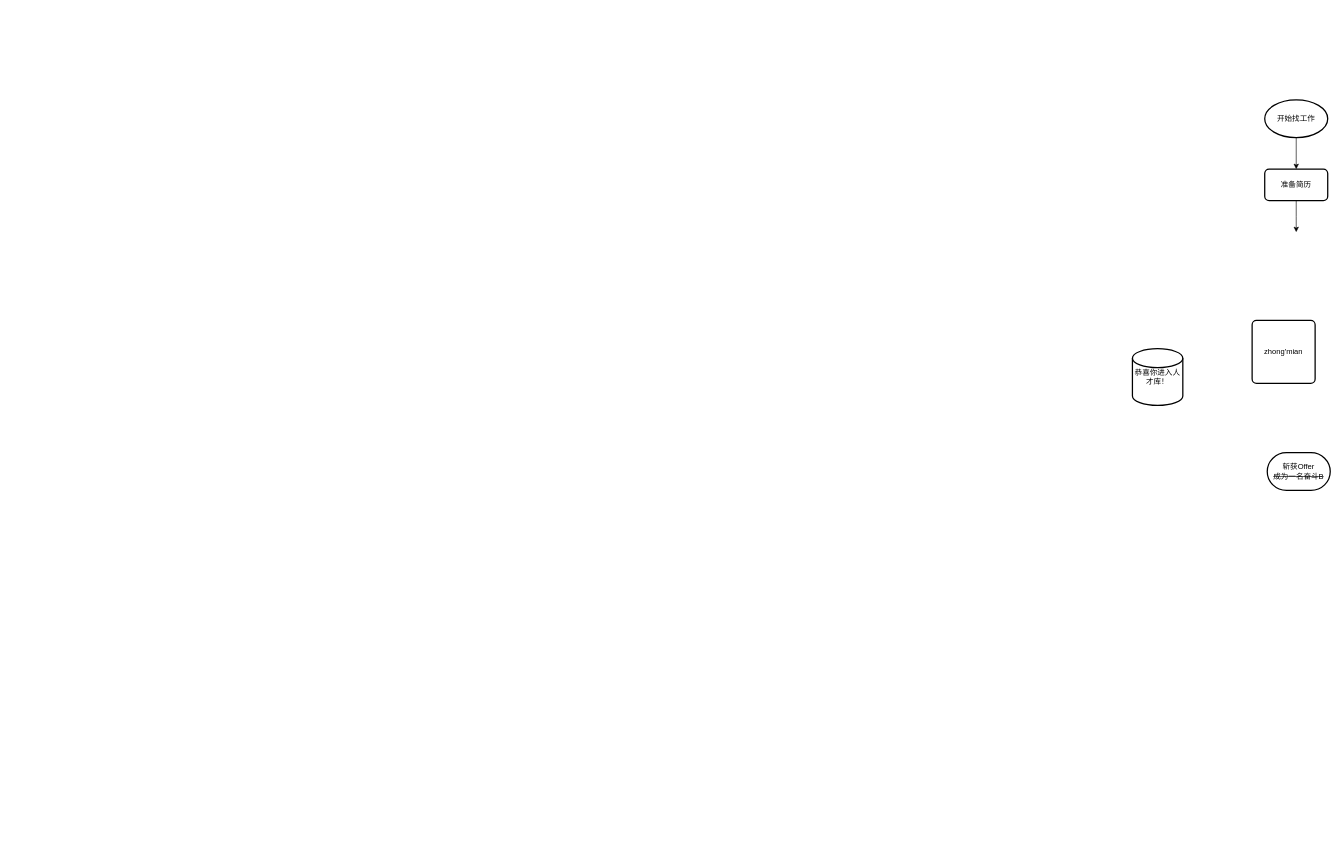
Above: Untitled Diagram.drawio in Ryuuko/drawIo (draw.io), before the change. Source tidied: cells renumbered, new cells numbered last; positions are measured from the earlier drawing's top-left corner, leaving out a move shared by most shapes. Both pictures are drawn from the tidied source at 63%, with x=0, y=0 at pixel (1132, 100).
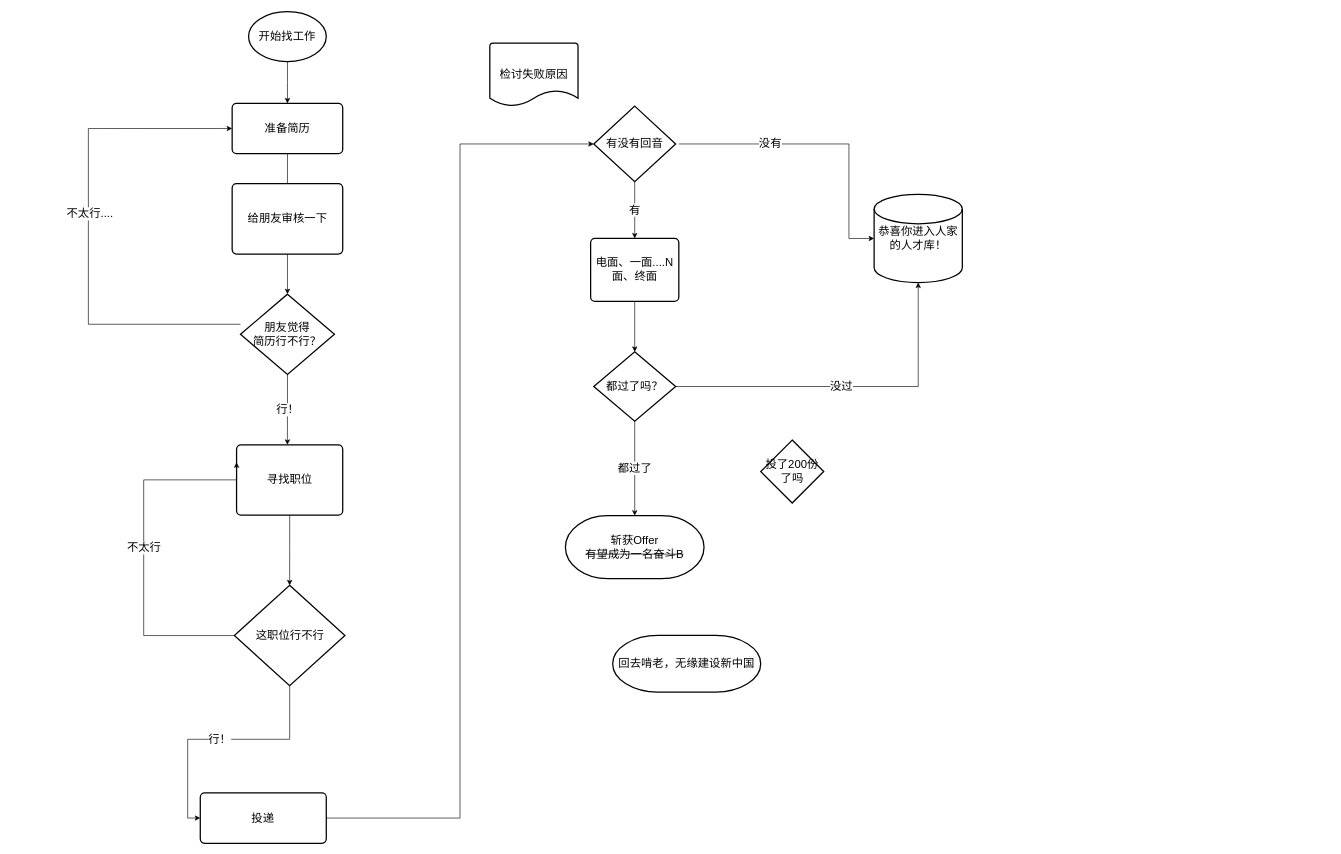
The same diagram, later.

The edit, as a diff of the source:
```diff
@@
-    <mxCell id="2" style="edgeStyle=orthogonalEdgeStyle;rounded=0;jettySize=auto;html=1;entryX=0.5;entryY=0;entryDx=0;entryDy=0;" parent="1" edge="1" source="3" target="5">
-      <mxGeometry relative="1" as="geometry" />
-    </mxCell>
+    <mxCell id="7" value="斩获Offer&lt;br style=&quot;font-size: 18px&quot;&gt;&lt;strike style=&quot;font-size: 18px&quot;&gt;有望成为一名奋斗B&lt;/strike&gt;" style="strokeWidth=2;html=1;shape=mxgraph.flowchart.terminator;whiteSpace=wrap;fontSize=18;" parent="1" vertex="1">
+      <mxGeometry x="-900" y="660" width="220" height="100" as="geometry" />
+    </mxCell>
+    <mxCell id="6" value="恭喜你进入人家的人才库！" style="strokeWidth=2;html=1;shape=mxgraph.flowchart.database;whiteSpace=wrap;fontSize=18;" parent="1" vertex="1">
+      <mxGeometry x="-410" y="150" width="140" height="140" as="geometry" />
+    </mxCell>
-    <mxCell id="3" value="开始找工作" style="strokeWidth=2;html=1;shape=mxgraph.flowchart.start_1;whiteSpace=wrap;" parent="1" vertex="1">
-      <mxGeometry x="210" width="100" height="60" as="geometry" />
+    <mxCell id="3" value="开始找工作" style="strokeWidth=2;html=1;shape=mxgraph.flowchart.start_1;whiteSpace=wrap;fontSize=18;" parent="1" vertex="1">
+      <mxGeometry x="-1402.9" y="-140" width="123.3" height="79.2" as="geometry" />
     </mxCell>
+    <mxCell id="9" style="group;" parent="1" vertex="1">
+      <mxGeometry x="-1780" y="5.6" width="530" height="924.4" as="geometry" />
+    </mxCell>
-    <mxCell id="4" style="edgeStyle=orthogonalEdgeStyle;rounded=0;jettySize=auto;html=1;entryX=0.5;entryY=0;entryDx=0;entryDy=0;entryPerimeter=0;" parent="1" edge="1" source="5">
+    <mxCell id="4" style="edgeStyle=orthogonalEdgeStyle;rounded=0;jettySize=auto;html=1;entryX=0.5;entryY=0;entryDx=0;entryDy=0;entryPerimeter=0;" parent="9" edge="1" source="5">
       <mxGeometry relative="1" as="geometry">
-        <mxPoint x="260" y="210" as="targetPoint" />
+        <mxPoint x="438.7" y="207.2" as="targetPoint" />
       </mxGeometry>
     </mxCell>
-    <mxCell id="5" value="准备简历" style="rounded=1;whiteSpace=wrap;html=1;absoluteArcSize=1;arcSize=14;strokeWidth=2;" parent="1" vertex="1">
-      <mxGeometry x="210" y="110" width="100" height="50" as="geometry" />
+    <mxCell id="5" value="准备简历" style="rounded=1;whiteSpace=wrap;html=1;absoluteArcSize=1;arcSize=14;strokeWidth=2;fontSize=18;" parent="9" vertex="1">
+      <mxGeometry x="351" width="175.5" height="79.7" as="geometry" />
     </mxCell>
-    <mxCell id="6" value="恭喜你进入人才库！" style="strokeWidth=2;html=1;shape=mxgraph.flowchart.database;whiteSpace=wrap;" parent="1" vertex="1">
-      <mxGeometry y="395" width="80" height="90" as="geometry" />
-    </mxCell>
-    <mxCell id="7" value="斩获Offer&lt;br&gt;&lt;strike&gt;成为一名奋斗B&lt;/strike&gt;" style="strokeWidth=2;html=1;shape=mxgraph.flowchart.terminator;whiteSpace=wrap;" parent="1" vertex="1">
-      <mxGeometry x="214" y="560" width="100" height="60" as="geometry" />
-    </mxCell>
-    <mxCell id="8" value="zhong'mian" style="rounded=1;whiteSpace=wrap;html=1;absoluteArcSize=1;arcSize=14;strokeWidth=2;" parent="1" vertex="1">
-      <mxGeometry x="190" y="350" width="100" height="100" as="geometry" />
+    <mxCell id="8" value="给朋友审核一下" style="rounded=1;whiteSpace=wrap;html=1;absoluteArcSize=1;arcSize=14;strokeWidth=2;fontSize=18;" parent="9" vertex="1">
+      <mxGeometry x="351" y="127.5" width="175.5" height="111.6" as="geometry" />
     </mxCell>
+    <mxCell id="10" style="edgeStyle=orthogonalEdgeStyle;rounded=0;jettySize=auto;html=1;entryX=0;entryY=0.5;entryDx=0;entryDy=0;" parent="9" edge="1" source="13" target="5">
+      <mxGeometry relative="1" as="geometry">
+        <Array as="points">
+          <mxPoint x="122.8" y="350.6" />
+          <mxPoint x="122.8" y="39.8" />
+        </Array>
+      </mxGeometry>
+    </mxCell>
+    <mxCell id="11" value="不太行...." style="edgeLabel;html=1;align=center;verticalAlign=middle;fontSize=18;" parent="10" vertex="1">
+      <mxGeometry x="0.07" y="-1" relative="1" as="geometry">
+        <mxPoint x="1" as="offset" />
+      </mxGeometry>
+    </mxCell>
+    <mxCell id="12" value="行！" style="edgeStyle=orthogonalEdgeStyle;rounded=0;jettySize=auto;html=1;exitX=0.5;exitY=1;exitDx=0;exitDy=0;exitPerimeter=0;fontSize=18;" parent="9" edge="1" source="13">
+      <mxGeometry relative="1" as="geometry">
+        <mxPoint x="438.7" y="541.9" as="targetPoint" />
+      </mxGeometry>
+    </mxCell>
+    <mxCell id="13" value="朋友觉得&lt;br&gt;简历行不行？" style="strokeWidth=2;html=1;shape=mxgraph.flowchart.decision;whiteSpace=wrap;fontSize=18;" parent="9" vertex="1">
+      <mxGeometry x="364.2" y="302.8" width="149.2" height="127.5" as="geometry" />
+    </mxCell>
+    <mxCell id="14" style="edgeStyle=orthogonalEdgeStyle;rounded=0;jettySize=auto;html=1;entryX=0.5;entryY=0;entryDx=0;entryDy=0;entryPerimeter=0;" parent="9" edge="1" source="8" target="13">
+      <mxGeometry relative="1" as="geometry" />
+    </mxCell>
+    <mxCell id="15" value="&lt;font style=&quot;font-size: 18px&quot;&gt;寻找职位&lt;/font&gt;" style="rounded=1;whiteSpace=wrap;html=1;absoluteArcSize=1;arcSize=14;strokeWidth=2;" parent="9" vertex="1">
+      <mxGeometry x="358" y="541.9" width="168.5" height="111.6" as="geometry" />
+    </mxCell>
+    <mxCell id="16" value="不太行" style="edgeStyle=orthogonalEdgeStyle;rounded=0;jettySize=auto;html=1;entryX=0;entryY=0.25;entryDx=0;entryDy=0;fontSize=18;" parent="9" edge="1" source="17" target="15">
+      <mxGeometry relative="1" as="geometry">
+        <Array as="points">
+          <mxPoint x="210.6" y="844.7" />
+          <mxPoint x="210.6" y="597.6" />
+          <mxPoint x="358" y="597.6" />
+        </Array>
+      </mxGeometry>
+    </mxCell>
+    <mxCell id="17" value="这职位行不行" style="strokeWidth=2;html=1;shape=mxgraph.flowchart.decision;whiteSpace=wrap;fontSize=18;" parent="9" vertex="1">
+      <mxGeometry x="354.5" y="765" width="175.5" height="159.4" as="geometry" />
+    </mxCell>
+    <mxCell id="18" style="edgeStyle=orthogonalEdgeStyle;rounded=0;jettySize=auto;html=1;entryX=0.5;entryY=0;entryDx=0;entryDy=0;entryPerimeter=0;" parent="9" edge="1" source="15" target="17">
+      <mxGeometry relative="1" as="geometry" />
+    </mxCell>
+    <mxCell id="2" style="edgeStyle=orthogonalEdgeStyle;rounded=0;jettySize=auto;html=1;entryX=0.5;entryY=0;entryDx=0;entryDy=0;" parent="1" edge="1" source="3" target="5">
+      <mxGeometry relative="1" as="geometry" />
+    </mxCell>
+    <mxCell id="19" style="edgeStyle=orthogonalEdgeStyle;rounded=0;jettySize=auto;html=1;entryX=0;entryY=0.5;entryDx=0;entryDy=0;entryPerimeter=0;fontSize=18;" parent="1" edge="1" source="20" target="24">
+      <mxGeometry relative="1" as="geometry" />
+    </mxCell>
+    <mxCell id="20" value="投递" style="rounded=1;whiteSpace=wrap;html=1;absoluteArcSize=1;arcSize=14;strokeWidth=2;fontSize=18;" parent="1" vertex="1">
+      <mxGeometry x="-1479.6" y="1100" width="200" height="80" as="geometry" />
+    </mxCell>
+    <mxCell id="21" value="行！" style="edgeStyle=orthogonalEdgeStyle;rounded=0;jettySize=auto;html=1;entryX=0;entryY=0.5;entryDx=0;entryDy=0;fontSize=18;" parent="1" edge="1" source="17" target="20">
+      <mxGeometry relative="1" as="geometry" />
+    </mxCell>
+    <mxCell id="22" value="没有" style="edgeStyle=elbowEdgeStyle;rounded=0;jettySize=auto;html=1;fontSize=18;jumpStyle=gap;sketch=0;" parent="1" edge="1" target="6">
+      <mxGeometry x="-0.37" relative="1" as="geometry">
+        <mxPoint x="-720" y="70" as="sourcePoint" />
+        <Array as="points">
+          <mxPoint x="-450" y="-20" />
+        </Array>
+      </mxGeometry>
+    </mxCell>
+    <mxCell id="23" value="有" style="edgeStyle=orthogonalEdgeStyle;rounded=0;jettySize=auto;html=1;fontSize=18;entryX=0.5;entryY=0;entryDx=0;entryDy=0;" parent="1" edge="1" source="24" target="26">
+      <mxGeometry relative="1" as="geometry" />
+    </mxCell>
+    <mxCell id="24" value="有没有回音" style="strokeWidth=2;html=1;shape=mxgraph.flowchart.decision;whiteSpace=wrap;fontSize=18;" parent="1" vertex="1">
+      <mxGeometry x="-855" y="10" width="130" height="120" as="geometry" />
+    </mxCell>
+    <mxCell id="25" style="edgeStyle=orthogonalEdgeStyle;rounded=0;jettySize=auto;html=1;entryX=0.5;entryY=0;entryDx=0;entryDy=0;entryPerimeter=0;fontSize=18;" parent="1" edge="1" source="26" target="29">
+      <mxGeometry relative="1" as="geometry" />
+    </mxCell>
+    <mxCell id="26" value="电面、一面....N面、终面" style="rounded=1;whiteSpace=wrap;html=1;absoluteArcSize=1;arcSize=14;strokeWidth=2;fontSize=18;" parent="1" vertex="1">
+      <mxGeometry x="-860" y="220" width="140" height="100" as="geometry" />
+    </mxCell>
+    <mxCell id="27" value="没过" style="edgeStyle=orthogonalEdgeStyle;rounded=0;jettySize=auto;html=1;fontSize=18;entryX=0.5;entryY=1;entryDx=0;entryDy=0;entryPerimeter=0;" parent="1" edge="1" source="29" target="6">
+      <mxGeometry x="-0.04" relative="1" as="geometry">
+        <Array as="points">
+          <mxPoint x="-340" y="455" />
+        </Array>
+        <mxPoint x="-1" as="offset" />
+      </mxGeometry>
+    </mxCell>
+    <mxCell id="28" value="都过了" style="edgeStyle=orthogonalEdgeStyle;rounded=0;jettySize=auto;html=1;fontSize=18;entryX=0.5;entryY=0;entryDx=0;entryDy=0;entryPerimeter=0;" parent="1" edge="1" source="29" target="7">
+      <mxGeometry relative="1" as="geometry" />
+    </mxCell>
+    <mxCell id="29" value="都过了吗？" style="strokeWidth=2;html=1;shape=mxgraph.flowchart.decision;whiteSpace=wrap;fontSize=18;" parent="1" vertex="1">
+      <mxGeometry x="-855" y="400" width="130" height="110" as="geometry" />
+    </mxCell>
+    <mxCell id="30" value="检讨失败原因" style="strokeWidth=2;html=1;shape=mxgraph.flowchart.document2;whiteSpace=wrap;size=0.25;fontSize=18;" parent="1" vertex="1">
+      <mxGeometry x="-1020" y="-90" width="140" height="100" as="geometry" />
+    </mxCell>
+    <mxCell id="31" value="回去啃老，无缘建设新中国" style="strokeWidth=2;html=1;shape=mxgraph.flowchart.terminator;whiteSpace=wrap;fontSize=18;" parent="1" vertex="1">
+      <mxGeometry x="-825" y="850" width="235" height="90" as="geometry" />
+    </mxCell>
+    <mxCell id="32" value="投了200份了吗" style="strokeWidth=2;html=1;shape=mxgraph.flowchart.decision;whiteSpace=wrap;fontSize=18;" parent="1" vertex="1">
+      <mxGeometry x="-590" y="540" width="100" height="100" as="geometry" />
+    </mxCell>
```
